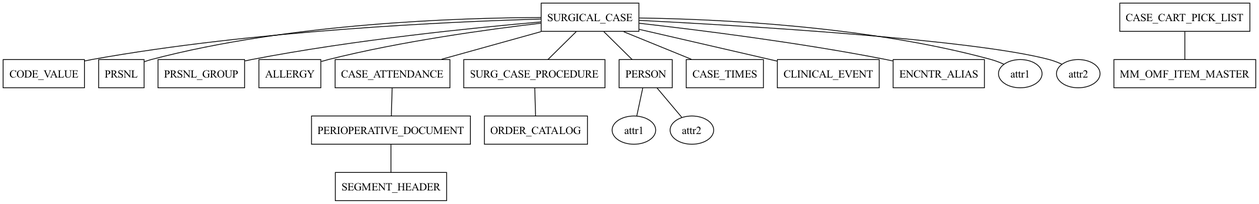
Before: images/Cases-Query.png, a diagram exported from Graphviz (GabeSchaffer/LiveData-queries). Its source is kept beside it as dot/Cases-Query.dot.
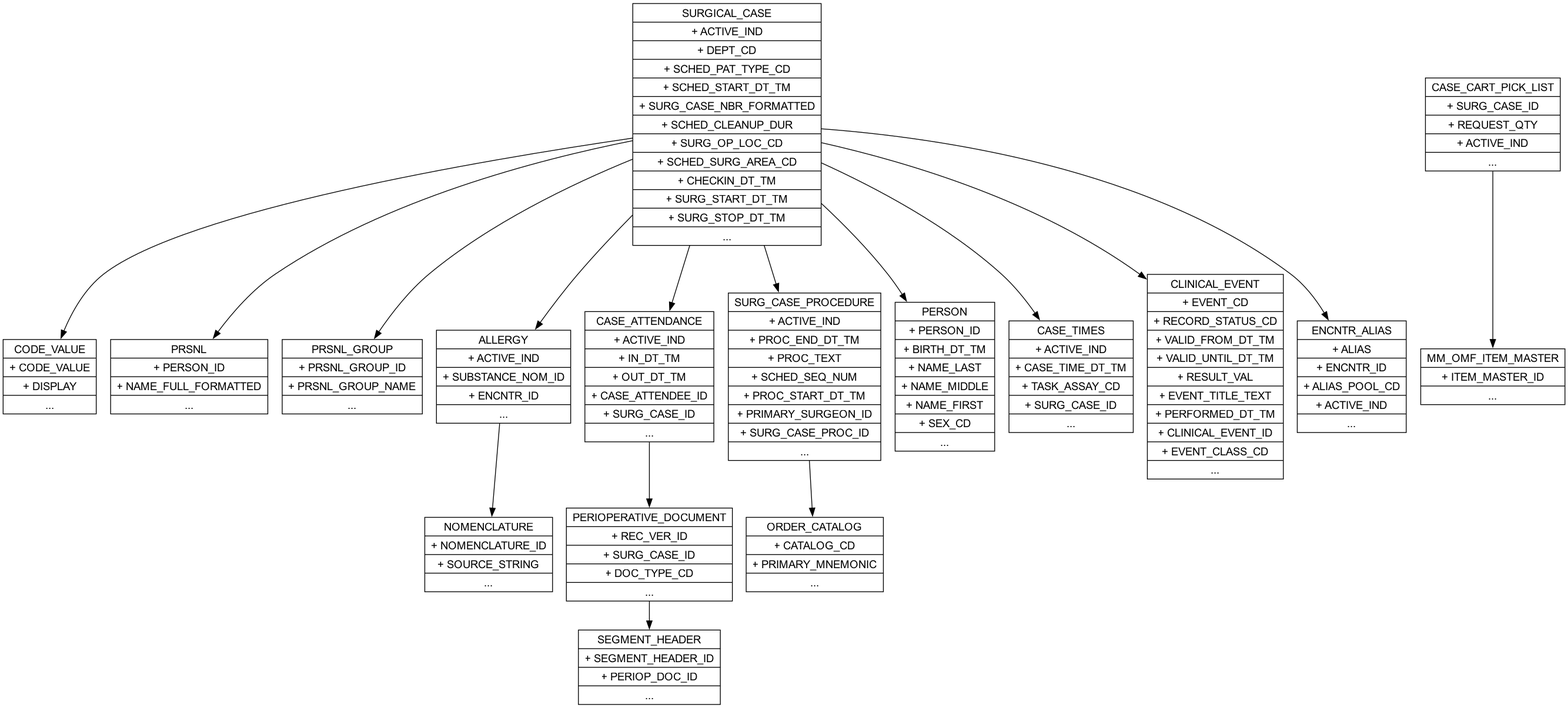
The same diagram one commit later.

What changed in the source:
```diff
@@ -1,48 +1,39 @@
-digraph {
-    node [shape=box];  // Tables are represented as boxes
-    edge [arrowhead=none];  // Relationships don't have arrowheads
+digraph ERD {
+    node [shape=record, fontname = "Arial"];
+    graph [fontname = "Arial"];
+    edge [fontname = "Arial"];
 
-    SURGICAL_CASE [label="SURGICAL_CASE"]
-    CODE_VALUE [label="CODE_VALUE"]
-    PRSNL [label="PRSNL"]
-    PRSNL_GROUP [label="PRSNL_GROUP"]
-    ALLERGY [label="ALLERGY"]
-    CASE_ATTENDANCE [label="CASE_ATTENDANCE"]
-    PERIOPERATIVE_DOCUMENT [label="PERIOPERATIVE_DOCUMENT"]
-    SEGMENT_HEADER [label="SEGMENT_HEADER"]
-    SURG_CASE_PROCEDURE [label="SURG_CASE_PROCEDURE"]
-    ORDER_CATALOG [label="ORDER_CATALOG"]
-    PERSON [label="PERSON"]
-    CASE_TIMES [label="CASE_TIMES"]
-    CLINICAL_EVENT [label="CLINICAL_EVENT"]
-    ENCNTR_ALIAS [label="ENCNTR_ALIAS"]
-    MM_OMF_ITEM_MASTER [label="MM_OMF_ITEM_MASTER"]
-    CASE_CART_PICK_LIST [label="CASE_CART_PICK_LIST"]
+    SURGICAL_CASE [label="{SURGICAL_CASE|+ ACTIVE_IND|+ DEPT_CD|+ SCHED_PAT_TYPE_CD|+ SCHED_START_DT_TM|+ SURG_CASE_NBR_FORMATTED|+ SCHED_CLEANUP_DUR|+ SURG_OP_LOC_CD|+ SCHED_SURG_AREA_CD|+ CHECKIN_DT_TM|+ SURG_START_DT_TM|+ SURG_STOP_DT_TM|...}"];
+    CODE_VALUE [label="{CODE_VALUE|+ CODE_VALUE|+ DISPLAY|...}"];
+    PRSNL [label="{PRSNL|+ PERSON_ID|+ NAME_FULL_FORMATTED|...}"];
+    PRSNL_GROUP [label="{PRSNL_GROUP|+ PRSNL_GROUP_ID|+ PRSNL_GROUP_NAME|...}"];
+    ALLERGY [label="{ALLERGY|+ ACTIVE_IND|+ SUBSTANCE_NOM_ID|+ ENCNTR_ID|...}"];
+    CASE_ATTENDANCE [label="{CASE_ATTENDANCE|+ ACTIVE_IND|+ IN_DT_TM|+ OUT_DT_TM|+ CASE_ATTENDEE_ID|+ SURG_CASE_ID|...}"];
+    PERIOPERATIVE_DOCUMENT [label="{PERIOPERATIVE_DOCUMENT|+ REC_VER_ID|+ SURG_CASE_ID|+ DOC_TYPE_CD|...}"];
+    SEGMENT_HEADER [label="{SEGMENT_HEADER|+ SEGMENT_HEADER_ID|+ PERIOP_DOC_ID|...}"];
+    SURG_CASE_PROCEDURE [label="{SURG_CASE_PROCEDURE|+ ACTIVE_IND|+ PROC_END_DT_TM|+ PROC_TEXT|+ SCHED_SEQ_NUM|+ PROC_START_DT_TM|+ PRIMARY_SURGEON_ID|+ SURG_CASE_PROC_ID|...}"];
+    ORDER_CATALOG [label="{ORDER_CATALOG|+ CATALOG_CD|+ PRIMARY_MNEMONIC|...}"];
+    PERSON [label="{PERSON|+ PERSON_ID|+ BIRTH_DT_TM|+ NAME_LAST|+ NAME_MIDDLE|+ NAME_FIRST|+ SEX_CD|...}"];
+    CASE_TIMES [label="{CASE_TIMES|+ ACTIVE_IND|+ CASE_TIME_DT_TM|+ TASK_ASSAY_CD|+ SURG_CASE_ID|...}"];
+    CLINICAL_EVENT [label="{CLINICAL_EVENT|+ EVENT_CD|+ RECORD_STATUS_CD|+ VALID_FROM_DT_TM|+ VALID_UNTIL_DT_TM|+ RESULT_VAL|+ EVENT_TITLE_TEXT|+ PERFORMED_DT_TM|+ CLINICAL_EVENT_ID|+ EVENT_CLASS_CD|...}"];
+    ENCNTR_ALIAS [label="{ENCNTR_ALIAS|+ ALIAS|+ ENCNTR_ID|+ ALIAS_POOL_CD|+ ACTIVE_IND|...}"];
+    CASE_CART_PICK_LIST [label="{CASE_CART_PICK_LIST|+ SURG_CASE_ID|+ REQUEST_QTY|+ ACTIVE_IND|...}"];
+    MM_OMF_ITEM_MASTER [label="{MM_OMF_ITEM_MASTER|+ ITEM_MASTER_ID|...}"];
+    NOMENCLATURE [label="{NOMENCLATURE|+ NOMENCLATURE_ID|+ SOURCE_STRING|...}"];
 
-    node [shape=ellipse];  // Attributes are represented as ellipses
-    SC_attr1 [label="attr1"]
-    SC_attr2 [label="attr2"]
-
-    P_attr1 [label="attr1"]
-    P_attr2 [label="attr2"]
-
-    SURGICAL_CASE -> SC_attr1
-    SURGICAL_CASE -> SC_attr2
-    PERSON -> P_attr1
-    PERSON -> P_attr2
-
-    SURGICAL_CASE -> CODE_VALUE
-    SURGICAL_CASE -> PRSNL
-    SURGICAL_CASE -> PRSNL_GROUP
-    SURGICAL_CASE -> ALLERGY
-    SURGICAL_CASE -> CASE_ATTENDANCE
-    CASE_ATTENDANCE -> PERIOPERATIVE_DOCUMENT
-    PERIOPERATIVE_DOCUMENT -> SEGMENT_HEADER
-    SURGICAL_CASE -> SURG_CASE_PROCEDURE
-    SURG_CASE_PROCEDURE -> ORDER_CATALOG
-    SURGICAL_CASE -> PERSON
-    SURGICAL_CASE -> CASE_TIMES
-    SURGICAL_CASE -> CLINICAL_EVENT
-    SURGICAL_CASE -> ENCNTR_ALIAS
-    CASE_CART_PICK_LIST -> MM_OMF_ITEM_MASTER
+    SURGICAL_CASE -> CODE_VALUE;
+    SURGICAL_CASE -> PRSNL;
+    SURGICAL_CASE -> PRSNL_GROUP;
+    SURGICAL_CASE -> ALLERGY;
+    SURGICAL_CASE -> CASE_ATTENDANCE;
+    CASE_ATTENDANCE -> PERIOPERATIVE_DOCUMENT;
+    PERIOPERATIVE_DOCUMENT -> SEGMENT_HEADER;
+    SURGICAL_CASE -> SURG_CASE_PROCEDURE;
+    SURG_CASE_PROCEDURE -> ORDER_CATALOG;
+    SURGICAL_CASE -> PERSON;
+    SURGICAL_CASE -> CASE_TIMES;
+    SURGICAL_CASE -> CLINICAL_EVENT;
+    SURGICAL_CASE -> ENCNTR_ALIAS;
+    CASE_CART_PICK_LIST -> MM_OMF_ITEM_MASTER;
+    ALLERGY -> NOMENCLATURE;
 }
```
